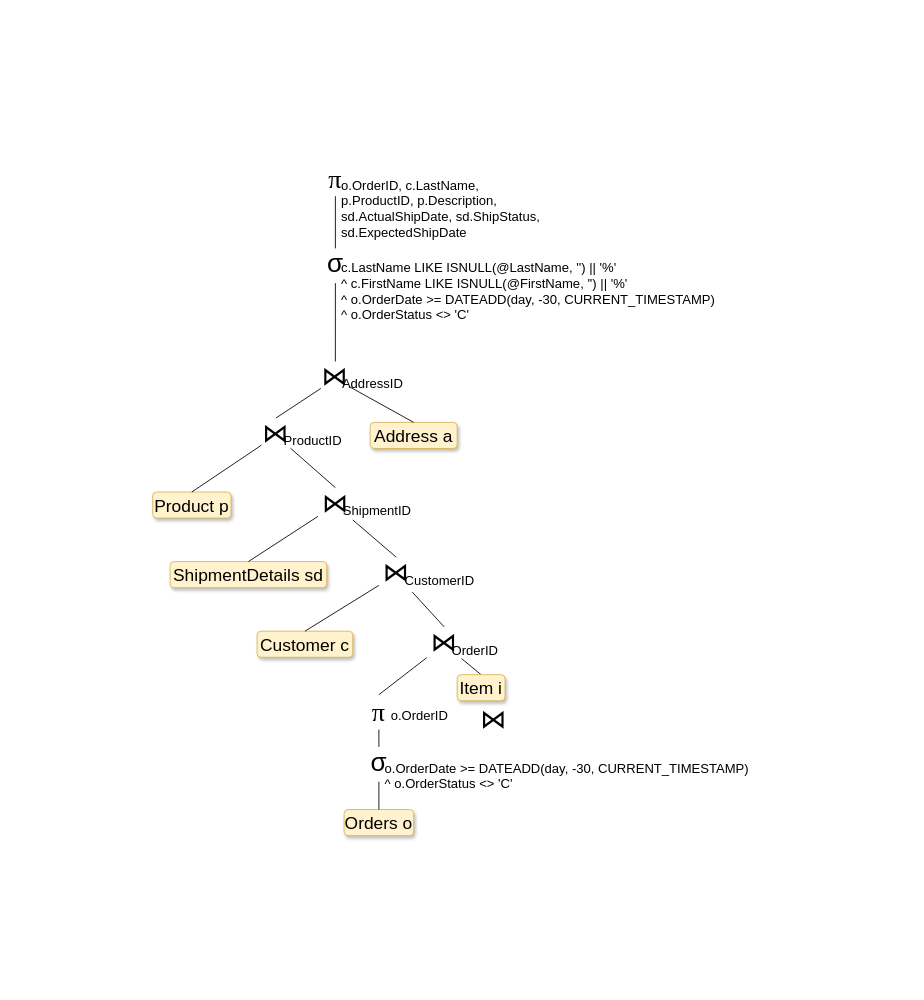
This is page "TH 2: tuning" (4 of 4) of SQLTurning.drawio from nguyenhuy158/diagrams, a draw.io file, before an edit. Source tidied: cells renumbered, new cells numbered last; positions are measured from the earlier drawing's top-left corner, leaving out a move shared by most shapes. Both pictures are drawn from the tidied source at 87%, with x=0, y=0 at pixel (152, 161).
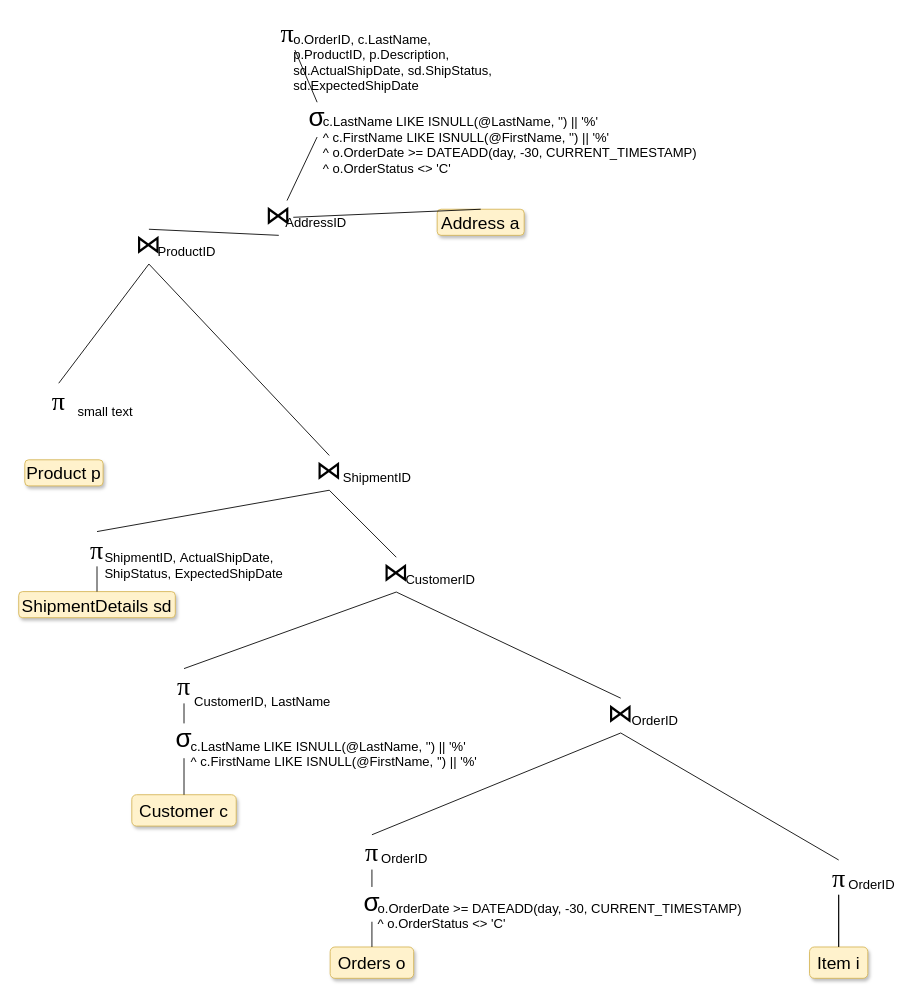
The same diagram, later.

Unchanged cells that the change refers to:
```xml
<mxCell id="33" value="⋈&lt;sub&gt;&lt;br&gt;&lt;/sub&gt;" style="text;html=1;strokeColor=none;fillColor=none;align=center;verticalAlign=middle;whiteSpace=wrap;rounded=0;fontSize=30;" parent="32" vertex="1">
  <mxGeometry x="-6.7" width="33.3" height="40" as="geometry" />
</mxCell>
```

What changed in the source:
```diff
@@
-    <mxCell id="3" style="edgeStyle=none;rounded=0;jettySize=auto;html=1;entryX=0.5;entryY=0;entryDx=0;entryDy=0;fontSize=20;endArrow=none;endFill=0;shadow=0;sketch=0;" parent="1" edge="1" source="13" target="5">
-      <mxGeometry relative="1" as="geometry" />
-    </mxCell>
     <mxCell id="4" value="&lt;div style=&quot;font-size: 20px;&quot;&gt;Orders o&lt;br style=&quot;font-size: 20px;&quot;&gt;&lt;/div&gt;" style="text;html=1;strokeColor=#d6b656;fillColor=#fff2cc;align=center;verticalAlign=middle;whiteSpace=wrap;rounded=1;fontSize=20;shadow=1;sketch=0;glass=0;" parent="1" vertex="1">
-      <mxGeometry x="220" y="745" width="80" height="30" as="geometry" />
+      <mxGeometry x="204" y="903" width="96" height="36" as="geometry" />
     </mxCell>
+    <mxCell id="49" style="edgeStyle=none;rounded=0;jettySize=auto;html=1;endArrow=none;endFill=0;" parent="1" edge="1" source="5" target="53">
+      <mxGeometry relative="1" as="geometry" />
+    </mxCell>
     <mxCell id="5" value="&lt;div style=&quot;font-size: 20px;&quot;&gt;Item i&lt;br style=&quot;font-size: 20px;&quot;&gt;&lt;/div&gt;" style="text;html=1;strokeColor=#d6b656;fillColor=#fff2cc;align=center;verticalAlign=middle;whiteSpace=wrap;rounded=1;fontSize=20;shadow=1;sketch=0;glass=0;" parent="1" vertex="1">
-      <mxGeometry x="350" y="590" width="55" height="30" as="geometry" />
+      <mxGeometry x="755" y="903" width="67" height="36" as="geometry" />
     </mxCell>
     <mxCell id="6" style="group;" parent="1" vertex="1">
-      <mxGeometry x="190" width="260" height="100" as="geometry" />
+      <mxGeometry x="135" y="-168" width="260" height="100" as="geometry" />
     </mxCell>
@@
     <mxCell id="9" style="group;" parent="1" vertex="1">
-      <mxGeometry x="190" y="100" width="470" height="110" as="geometry" />
+      <mxGeometry x="169" y="-68" width="470" height="110" as="geometry" />
     </mxCell>
@@
-    <mxCell id="12" style="group;" parent="1" vertex="1">
-      <mxGeometry x="315" y="535" width="90" height="40" as="geometry" />
-    </mxCell>
-    <mxCell id="13" value="⋈&lt;sub&gt;&lt;br&gt;&lt;/sub&gt;" style="text;html=1;strokeColor=none;fillColor=none;align=center;verticalAlign=middle;whiteSpace=wrap;rounded=0;fontSize=30;" parent="12" vertex="1">
-      <mxGeometry width="40" height="40" as="geometry" />
-    </mxCell>
-    <mxCell id="14" value="&lt;div style=&quot;&quot;&gt;OrderID&lt;br&gt;&lt;/div&gt;" style="text;html=1;strokeColor=none;fillColor=none;align=left;verticalAlign=middle;whiteSpace=wrap;rounded=0;fontSize=15;" parent="12" vertex="1">
-      <mxGeometry x="27" y="17" width="60" height="20" as="geometry" />
-    </mxCell>
     <mxCell id="15" value="&lt;div style=&quot;font-size: 20px;&quot;&gt;Customer c&lt;br style=&quot;font-size: 20px;&quot;&gt;&lt;/div&gt;" style="text;html=1;strokeColor=#d6b656;fillColor=#fff2cc;align=center;verticalAlign=middle;whiteSpace=wrap;rounded=1;fontSize=20;shadow=1;sketch=0;glass=0;" parent="1" vertex="1">
-      <mxGeometry x="120" y="540" width="110" height="30" as="geometry" />
+      <mxGeometry x="-24" y="728" width="120" height="36" as="geometry" />
     </mxCell>
-    <mxCell id="16" style="group;" parent="1" vertex="1">
-      <mxGeometry x="260" y="455" width="120" height="40" as="geometry" />
-    </mxCell>
-    <mxCell id="17" value="⋈&lt;sub&gt;&lt;br&gt;&lt;/sub&gt;" style="text;html=1;strokeColor=none;fillColor=none;align=center;verticalAlign=middle;whiteSpace=wrap;rounded=0;fontSize=30;" parent="16" vertex="1">
-      <mxGeometry width="40" height="40" as="geometry" />
-    </mxCell>
-    <mxCell id="18" value="&lt;div style=&quot;&quot;&gt;CustomerID&lt;br&gt;&lt;/div&gt;" style="text;html=1;strokeColor=none;fillColor=none;align=left;verticalAlign=middle;whiteSpace=wrap;rounded=0;fontSize=15;" parent="16" vertex="1">
-      <mxGeometry x="28" y="16" width="90" height="20" as="geometry" />
-    </mxCell>
-    <mxCell id="19" style="edgeStyle=none;rounded=0;jettySize=auto;html=1;entryX=0.5;entryY=0;entryDx=0;entryDy=0;fontSize=30;endArrow=none;endFill=0;" parent="1" edge="1" source="17" target="15">
+    <mxCell id="19" style="edgeStyle=none;rounded=0;jettySize=auto;html=1;fontSize=30;endArrow=none;endFill=0;entryX=0.5;entryY=0;entryDx=0;entryDy=0;exitX=0.5;exitY=1;exitDx=0;exitDy=0;" parent="1" edge="1" source="17" target="61">
       <mxGeometry relative="1" as="geometry" />
     </mxCell>
-    <mxCell id="20" style="edgeStyle=none;rounded=0;jettySize=auto;html=1;entryX=0.5;entryY=0;entryDx=0;entryDy=0;fontSize=30;endArrow=none;endFill=0;" parent="1" edge="1" source="17" target="13">
+    <mxCell id="20" style="edgeStyle=none;rounded=0;jettySize=auto;html=1;entryX=0.5;entryY=0;entryDx=0;entryDy=0;fontSize=30;endArrow=none;endFill=0;exitX=0.5;exitY=1;exitDx=0;exitDy=0;" parent="1" edge="1" source="17" target="55">
       <mxGeometry relative="1" as="geometry" />
     </mxCell>
-    <mxCell id="21" style="group;" parent="1" vertex="1">
-      <mxGeometry x="190" y="375" width="120" height="40" as="geometry" />
-    </mxCell>
-    <mxCell id="22" value="⋈&lt;sub&gt;&lt;br&gt;&lt;/sub&gt;" style="text;html=1;strokeColor=none;fillColor=none;align=center;verticalAlign=middle;whiteSpace=wrap;rounded=0;fontSize=30;" parent="21" vertex="1">
-      <mxGeometry width="40" height="40" as="geometry" />
-    </mxCell>
-    <mxCell id="23" value="&lt;div style=&quot;&quot;&gt;ShipmentID&lt;br&gt;&lt;/div&gt;" style="text;html=1;strokeColor=none;fillColor=none;align=left;verticalAlign=middle;whiteSpace=wrap;rounded=0;fontSize=15;" parent="21" vertex="1">
-      <mxGeometry x="27" y="16" width="90" height="20" as="geometry" />
-    </mxCell>
     <mxCell id="24" value="&lt;div style=&quot;font-size: 20px;&quot;&gt;ShipmentDetails sd&lt;br style=&quot;font-size: 20px;&quot;&gt;&lt;/div&gt;" style="text;html=1;strokeColor=#d6b656;fillColor=#fff2cc;align=center;verticalAlign=middle;whiteSpace=wrap;rounded=1;fontSize=20;shadow=1;sketch=0;glass=0;" parent="1" vertex="1">
-      <mxGeometry x="20" y="460" width="180" height="30" as="geometry" />
+      <mxGeometry x="-154" y="494.5" width="180" height="30" as="geometry" />
     </mxCell>
-    <mxCell id="25" style="edgeStyle=none;rounded=0;jettySize=auto;html=1;entryX=0.5;entryY=0;entryDx=0;entryDy=0;fontSize=30;endArrow=none;endFill=0;" parent="1" edge="1" source="22" target="24">
+    <mxCell id="25" style="edgeStyle=none;rounded=0;jettySize=auto;html=1;fontSize=30;endArrow=none;endFill=0;exitX=0.5;exitY=1;exitDx=0;exitDy=0;entryX=0.5;entryY=0;entryDx=0;entryDy=0;" parent="1" edge="1" source="22" target="64">
       <mxGeometry relative="1" as="geometry" />
     </mxCell>
-    <mxCell id="26" style="edgeStyle=none;rounded=0;jettySize=auto;html=1;entryX=0.5;entryY=0;entryDx=0;entryDy=0;fontSize=30;endArrow=none;endFill=0;" parent="1" edge="1" source="22" target="17">
+    <mxCell id="26" style="edgeStyle=none;rounded=0;jettySize=auto;html=1;entryX=0.5;entryY=0;entryDx=0;entryDy=0;fontSize=30;endArrow=none;endFill=0;exitX=0.5;exitY=1;exitDx=0;exitDy=0;" parent="1" edge="1" source="22" target="17">
       <mxGeometry relative="1" as="geometry" />
     </mxCell>
     <mxCell id="27" value="&lt;div style=&quot;font-size: 20px;&quot;&gt;Product p&lt;br style=&quot;font-size: 20px;&quot;&gt;&lt;/div&gt;" style="text;html=1;strokeColor=#d6b656;fillColor=#fff2cc;align=center;verticalAlign=middle;whiteSpace=wrap;rounded=1;fontSize=20;shadow=1;sketch=0;glass=0;" parent="1" vertex="1">
-      <mxGeometry y="380" width="90" height="30" as="geometry" />
+      <mxGeometry x="-147" y="343" width="90" height="30" as="geometry" />
     </mxCell>
     <mxCell id="28" value="&lt;div style=&quot;font-size: 20px;&quot;&gt;Address a&lt;br style=&quot;font-size: 20px;&quot;&gt;&lt;/div&gt;" style="text;html=1;strokeColor=#d6b656;fillColor=#fff2cc;align=center;verticalAlign=middle;whiteSpace=wrap;rounded=1;fontSize=20;shadow=1;sketch=0;glass=0;" parent="1" vertex="1">
-      <mxGeometry x="250" y="300" width="100" height="30" as="geometry" />
+      <mxGeometry x="327" y="55" width="100" height="30" as="geometry" />
     </mxCell>
-    <mxCell id="29" style="group;" parent="1" vertex="1">
-      <mxGeometry x="125" y="295" width="100" height="40" as="geometry" />
-    </mxCell>
-    <mxCell id="30" value="⋈&lt;sub&gt;&lt;br&gt;&lt;/sub&gt;" style="text;html=1;strokeColor=none;fillColor=none;align=center;verticalAlign=middle;whiteSpace=wrap;rounded=0;fontSize=30;" parent="29" vertex="1">
-      <mxGeometry width="33.3" height="40" as="geometry" />
-    </mxCell>
-    <mxCell id="31" value="&lt;div style=&quot;&quot;&gt;ProductID&lt;br&gt;&lt;/div&gt;" style="text;html=1;strokeColor=none;fillColor=none;align=left;verticalAlign=middle;whiteSpace=wrap;rounded=0;fontSize=15;" parent="29" vertex="1">
-      <mxGeometry x="24" y="15" width="75" height="20" as="geometry" />
-    </mxCell>
     <mxCell id="32" style="group;" parent="1" vertex="1">
-      <mxGeometry x="200" y="230" width="100" height="40" as="geometry" />
+      <mxGeometry x="135" y="45" width="100" height="40" as="geometry" />
     </mxCell>
@@
-    <mxCell id="35" style="edgeStyle=none;rounded=0;jettySize=auto;html=1;entryX=0.5;entryY=0;entryDx=0;entryDy=0;fontSize=30;endArrow=none;endFill=0;" parent="1" edge="1" source="30" target="27">
+    <mxCell id="35" style="edgeStyle=none;rounded=0;jettySize=auto;html=1;fontSize=30;endArrow=none;endFill=0;exitX=0.5;exitY=1;exitDx=0;exitDy=0;entryX=0.5;entryY=0;entryDx=0;entryDy=0;" parent="1" edge="1" source="30" target="66">
       <mxGeometry relative="1" as="geometry" />
     </mxCell>
-    <mxCell id="36" style="edgeStyle=none;rounded=0;jettySize=auto;html=1;entryX=0.5;entryY=0;entryDx=0;entryDy=0;fontSize=30;endArrow=none;endFill=0;" parent="1" edge="1" source="30" target="22">
+    <mxCell id="36" style="edgeStyle=none;rounded=0;jettySize=auto;html=1;entryX=0.5;entryY=0;entryDx=0;entryDy=0;fontSize=30;endArrow=none;endFill=0;exitX=0.5;exitY=1;exitDx=0;exitDy=0;" parent="1" edge="1" source="30" target="22">
       <mxGeometry relative="1" as="geometry" />
     </mxCell>
-    <mxCell id="37" style="edgeStyle=none;rounded=0;jettySize=auto;html=1;entryX=0.5;entryY=0;entryDx=0;entryDy=0;fontSize=30;endArrow=none;endFill=0;" parent="1" edge="1" source="33" target="30">
+    <mxCell id="37" style="edgeStyle=none;rounded=0;jettySize=auto;html=1;entryX=0.5;entryY=0;entryDx=0;entryDy=0;fontSize=30;endArrow=none;endFill=0;exitX=0.5;exitY=1;exitDx=0;exitDy=0;" parent="1" edge="1" source="33" target="30">
       <mxGeometry relative="1" as="geometry" />
     </mxCell>
@@
-    <mxCell id="41" style="edgeStyle=none;rounded=0;sketch=0;jettySize=auto;html=1;entryX=0.5;entryY=0;entryDx=0;entryDy=0;shadow=0;fontSize=20;endArrow=none;endFill=0;" parent="1" edge="1" source="13" target="43">
-      <mxGeometry relative="1" as="geometry" />
-    </mxCell>
-    <mxCell id="42" style="edgeStyle=none;rounded=0;sketch=0;jettySize=auto;html=1;entryX=0.5;entryY=0;entryDx=0;entryDy=0;shadow=0;fontSize=20;endArrow=none;endFill=0;" parent="1" edge="1" source="43" target="46">
+    <mxCell id="42" style="edgeStyle=none;rounded=0;sketch=0;jettySize=auto;html=1;entryX=0.5;entryY=0;entryDx=0;entryDy=0;shadow=0;fontSize=20;endArrow=none;endFill=0;exitX=0.5;exitY=1;exitDx=0;exitDy=0;" parent="1" edge="1" source="43" target="46">
       <mxGeometry relative="1" as="geometry" />
     </mxCell>
+    <mxCell id="50" style="edgeStyle=none;rounded=0;jettySize=auto;html=1;entryX=0.5;entryY=1;entryDx=0;entryDy=0;endArrow=none;endFill=0;exitX=0.5;exitY=0;exitDx=0;exitDy=0;" parent="1" edge="1" source="43" target="55">
+      <mxGeometry relative="1" as="geometry" />
+    </mxCell>
     <mxCell id="43" value="&lt;span id=&quot;docs-internal-guid-24cfe74f-7fff-80c8-4b2b-47ca78d1e50c&quot; style=&quot;font-size: 30px;&quot;&gt;&lt;span style=&quot;font-size: 30px; font-family: &amp;quot;Times New Roman&amp;quot;; background-color: transparent; font-variant-numeric: normal; font-variant-east-asian: normal;&quot;&gt;π&lt;/span&gt;&lt;/span&gt;" style="text;html=1;strokeColor=none;fillColor=none;align=center;verticalAlign=middle;whiteSpace=wrap;rounded=0;fontSize=30;imageWidth=40;imageHeight=40;" parent="1" vertex="1">
-      <mxGeometry x="240" y="613" width="40" height="40" as="geometry" />
+      <mxGeometry x="232" y="774" width="40" height="40" as="geometry" />
     </mxCell>
-    <mxCell id="44" value="&lt;div style=&quot;font-size: 15px;&quot;&gt;&lt;span style=&quot;font-size: 15px;&quot;&gt;o.OrderID&lt;/span&gt;&lt;/div&gt;" style="text;html=1;strokeColor=none;fillColor=none;align=left;verticalAlign=middle;whiteSpace=wrap;rounded=0;fontSize=15;" parent="1" vertex="1">
-      <mxGeometry x="272" y="622" width="84" height="30" as="geometry" />
+    <mxCell id="44" value="&lt;div style=&quot;font-size: 15px;&quot;&gt;OrderID&lt;/div&gt;" style="text;html=1;strokeColor=none;fillColor=none;align=left;verticalAlign=middle;whiteSpace=wrap;rounded=0;fontSize=15;" parent="1" vertex="1">
+      <mxGeometry x="261" y="786" width="71" height="30" as="geometry" />
     </mxCell>
-    <mxCell id="45" style="rounded=0;jettySize=auto;html=1;endArrow=none;endFill=0;" parent="1" edge="1" source="46" target="4">
+    <mxCell id="45" style="rounded=0;jettySize=auto;html=1;endArrow=none;endFill=0;entryX=0.5;entryY=0;entryDx=0;entryDy=0;exitX=0.5;exitY=1;exitDx=0;exitDy=0;" parent="1" edge="1" source="46" target="4">
       <mxGeometry relative="1" as="geometry" />
     </mxCell>
     <mxCell id="46" value="σ&lt;sub&gt;&lt;br&gt;&lt;/sub&gt;" style="text;html=1;strokeColor=none;fillColor=none;align=center;verticalAlign=middle;whiteSpace=wrap;rounded=0;fontSize=30;" parent="1" vertex="1">
-      <mxGeometry x="240" y="673" width="40" height="40" as="geometry" />
+      <mxGeometry x="232" y="834" width="40" height="40" as="geometry" />
     </mxCell>
     <mxCell id="47" value="&lt;div style=&quot;font-size: 15px;&quot;&gt;o.OrderDate &amp;gt;= DATEADD(day, -30, CURRENT_TIMESTAMP)&lt;/div&gt;&lt;div style=&quot;font-size: 15px;&quot;&gt;^ o.OrderStatus &amp;lt;&amp;gt; 'C'&lt;/div&gt;" style="text;html=1;strokeColor=none;fillColor=none;align=left;verticalAlign=middle;whiteSpace=wrap;rounded=0;fontSize=15;" parent="1" vertex="1">
-      <mxGeometry x="265" y="682" width="436" height="48" as="geometry" />
+      <mxGeometry x="257" y="843" width="436" height="48" as="geometry" />
     </mxCell>
-    <mxCell id="48" value="⋈&lt;sub&gt;&lt;br&gt;&lt;/sub&gt;" style="text;html=1;strokeColor=none;fillColor=none;align=center;verticalAlign=middle;whiteSpace=wrap;rounded=0;fontSize=30;" parent="1" vertex="1">
-      <mxGeometry x="372" y="624" width="40" height="40" as="geometry" />
-    </mxCell>
+    <mxCell id="51" style="edgeStyle=none;rounded=0;jettySize=auto;html=1;entryX=0.5;entryY=0;entryDx=0;entryDy=0;endArrow=none;endFill=0;exitX=0.5;exitY=1;exitDx=0;exitDy=0;" parent="1" edge="1" source="53" target="5">
+      <mxGeometry relative="1" as="geometry" />
+    </mxCell>
+    <mxCell id="52" value="&lt;div style=&quot;font-size: 15px;&quot;&gt;OrderID&lt;/div&gt;" style="text;html=1;strokeColor=none;fillColor=none;align=left;verticalAlign=middle;whiteSpace=wrap;rounded=0;fontSize=15;" parent="1" vertex="1">
+      <mxGeometry x="798" y="816" width="71" height="30" as="geometry" />
+    </mxCell>
+    <mxCell id="53" value="&lt;span id=&quot;docs-internal-guid-24cfe74f-7fff-80c8-4b2b-47ca78d1e50c&quot; style=&quot;font-size: 30px;&quot;&gt;&lt;span style=&quot;font-size: 30px; font-family: &amp;quot;Times New Roman&amp;quot;; background-color: transparent; font-variant-numeric: normal; font-variant-east-asian: normal;&quot;&gt;π&lt;/span&gt;&lt;/span&gt;" style="text;html=1;strokeColor=none;fillColor=none;align=center;verticalAlign=middle;whiteSpace=wrap;rounded=0;fontSize=30;imageWidth=40;imageHeight=40;" parent="1" vertex="1">
+      <mxGeometry x="768.5" y="803" width="40" height="40" as="geometry" />
+    </mxCell>
+    <mxCell id="54" style="edgeStyle=none;rounded=0;jettySize=auto;html=1;entryX=0.5;entryY=0;entryDx=0;entryDy=0;endArrow=none;endFill=0;exitX=0.5;exitY=1;exitDx=0;exitDy=0;" parent="1" edge="1" source="55" target="53">
+      <mxGeometry relative="1" as="geometry" />
+    </mxCell>
+    <mxCell id="55" value="⋈&lt;sub&gt;&lt;br&gt;&lt;/sub&gt;" style="text;html=1;strokeColor=none;fillColor=none;align=center;verticalAlign=middle;whiteSpace=wrap;rounded=0;fontSize=30;" parent="1" vertex="1">
+      <mxGeometry x="518" y="617" width="40" height="40" as="geometry" />
+    </mxCell>
+    <mxCell id="56" value="&lt;div style=&quot;font-size: 15px;&quot;&gt;OrderID&lt;/div&gt;" style="text;html=1;strokeColor=none;fillColor=none;align=left;verticalAlign=middle;whiteSpace=wrap;rounded=0;fontSize=15;" parent="1" vertex="1">
+      <mxGeometry x="549" y="627" width="71" height="30" as="geometry" />
+    </mxCell>
+    <mxCell id="57" style="edgeStyle=none;rounded=0;jettySize=auto;html=1;entryX=0.5;entryY=0;entryDx=0;entryDy=0;endArrow=none;endFill=0;exitX=0.5;exitY=1;exitDx=0;exitDy=0;" parent="1" edge="1" source="58" target="15">
+      <mxGeometry relative="1" as="geometry" />
+    </mxCell>
+    <mxCell id="58" value="σ&lt;sub&gt;&lt;br&gt;&lt;/sub&gt;" style="text;html=1;strokeColor=none;fillColor=none;align=center;verticalAlign=middle;whiteSpace=wrap;rounded=0;fontSize=30;" parent="1" vertex="1">
+      <mxGeometry x="16" y="646" width="40" height="40" as="geometry" />
+    </mxCell>
+    <mxCell id="59" value="&lt;div style=&quot;font-size: 15px;&quot;&gt;&lt;div&gt;c.LastName LIKE ISNULL(@LastName, '') || '%'&amp;nbsp;&lt;/div&gt;&lt;div&gt;^&lt;span style=&quot;background-color: initial;&quot;&gt;&amp;nbsp;c.FirstName LIKE ISNULL(@FirstName, '') || '%'&lt;/span&gt;&lt;/div&gt;&lt;/div&gt;" style="text;html=1;strokeColor=none;fillColor=none;align=left;verticalAlign=middle;whiteSpace=wrap;rounded=0;fontSize=15;" parent="1" vertex="1">
+      <mxGeometry x="42" y="657" width="347" height="48" as="geometry" />
+    </mxCell>
+    <mxCell id="60" style="edgeStyle=none;rounded=0;jettySize=auto;html=1;entryX=0.5;entryY=0;entryDx=0;entryDy=0;endArrow=none;endFill=0;exitX=0.5;exitY=1;exitDx=0;exitDy=0;" parent="1" edge="1" source="61" target="58">
+      <mxGeometry relative="1" as="geometry" />
+    </mxCell>
+    <mxCell id="61" value="&lt;span id=&quot;docs-internal-guid-24cfe74f-7fff-80c8-4b2b-47ca78d1e50c&quot; style=&quot;font-size: 30px;&quot;&gt;&lt;span style=&quot;font-size: 30px; font-family: &amp;quot;Times New Roman&amp;quot;; background-color: transparent; font-variant-numeric: normal; font-variant-east-asian: normal;&quot;&gt;π&lt;/span&gt;&lt;/span&gt;" style="text;html=1;strokeColor=none;fillColor=none;align=center;verticalAlign=middle;whiteSpace=wrap;rounded=0;fontSize=30;imageWidth=40;imageHeight=40;" parent="1" vertex="1">
+      <mxGeometry x="16" y="583" width="40" height="40" as="geometry" />
+    </mxCell>
+    <mxCell id="62" value="&lt;div style=&quot;font-size: 15px;&quot;&gt;CustomerID,&amp;nbsp;LastName&lt;/div&gt;" style="text;html=1;strokeColor=none;fillColor=none;align=left;verticalAlign=middle;whiteSpace=wrap;rounded=0;fontSize=15;" parent="1" vertex="1">
+      <mxGeometry x="46" y="605" width="175" height="30" as="geometry" />
+    </mxCell>
+    <mxCell id="17" value="⋈&lt;sub&gt;&lt;br&gt;&lt;/sub&gt;" style="text;html=1;strokeColor=none;fillColor=none;align=center;verticalAlign=middle;whiteSpace=wrap;rounded=0;fontSize=30;" parent="1" vertex="1">
+      <mxGeometry x="260" y="455" width="40" height="40" as="geometry" />
+    </mxCell>
+    <mxCell id="18" value="&lt;div style=&quot;&quot;&gt;CustomerID&lt;br&gt;&lt;/div&gt;" style="text;html=1;strokeColor=none;fillColor=none;align=left;verticalAlign=middle;whiteSpace=wrap;rounded=0;fontSize=15;" parent="1" vertex="1">
+      <mxGeometry x="289" y="465" width="98" height="30" as="geometry" />
+    </mxCell>
+    <mxCell id="22" value="⋈&lt;sub&gt;&lt;br&gt;&lt;/sub&gt;" style="text;html=1;strokeColor=none;fillColor=none;align=center;verticalAlign=middle;whiteSpace=wrap;rounded=0;fontSize=30;" parent="1" vertex="1">
+      <mxGeometry x="183" y="338" width="40" height="40" as="geometry" />
+    </mxCell>
+    <mxCell id="23" value="&lt;div style=&quot;&quot;&gt;ShipmentID&lt;br&gt;&lt;/div&gt;" style="text;html=1;strokeColor=none;fillColor=none;align=left;verticalAlign=middle;whiteSpace=wrap;rounded=0;fontSize=15;" parent="1" vertex="1">
+      <mxGeometry x="217" y="348" width="96" height="30" as="geometry" />
+    </mxCell>
+    <mxCell id="63" style="edgeStyle=none;rounded=0;jettySize=auto;html=1;endArrow=none;endFill=0;exitX=0.5;exitY=1;exitDx=0;exitDy=0;entryX=0.5;entryY=0;entryDx=0;entryDy=0;" parent="1" edge="1" source="64" target="24">
+      <mxGeometry relative="1" as="geometry" />
+    </mxCell>
+    <mxCell id="64" value="&lt;span id=&quot;docs-internal-guid-24cfe74f-7fff-80c8-4b2b-47ca78d1e50c&quot; style=&quot;font-size: 30px;&quot;&gt;&lt;span style=&quot;font-size: 30px; font-family: &amp;quot;Times New Roman&amp;quot;; background-color: transparent; font-variant-numeric: normal; font-variant-east-asian: normal;&quot;&gt;π&lt;/span&gt;&lt;/span&gt;" style="text;html=1;strokeColor=none;fillColor=none;align=center;verticalAlign=middle;whiteSpace=wrap;rounded=0;fontSize=30;imageWidth=40;imageHeight=40;" parent="1" vertex="1">
+      <mxGeometry x="-84" y="425.5" width="40" height="40" as="geometry" />
+    </mxCell>
+    <mxCell id="65" value="&lt;div style=&quot;font-size: 15px;&quot;&gt;ShipmentID,&amp;nbsp;ActualShipDate,&lt;/div&gt;&lt;div style=&quot;&quot;&gt;ShipStatus,&amp;nbsp;ExpectedShipDate&lt;br&gt;&lt;/div&gt;" style="text;html=1;strokeColor=none;fillColor=none;align=left;verticalAlign=middle;whiteSpace=wrap;rounded=0;fontSize=15;" parent="1" vertex="1">
+      <mxGeometry x="-57" y="439.5" width="223" height="48" as="geometry" />
+    </mxCell>
+    <mxCell id="30" value="⋈&lt;sub&gt;&lt;br&gt;&lt;/sub&gt;" style="text;html=1;strokeColor=none;fillColor=none;align=center;verticalAlign=middle;whiteSpace=wrap;rounded=0;fontSize=30;" parent="1" vertex="1">
+      <mxGeometry x="-21" y="78" width="33.3" height="40" as="geometry" />
+    </mxCell>
+    <mxCell id="31" value="&lt;div style=&quot;&quot;&gt;ProductID&lt;br&gt;&lt;/div&gt;" style="text;html=1;strokeColor=none;fillColor=none;align=left;verticalAlign=middle;whiteSpace=wrap;rounded=0;fontSize=15;" parent="1" vertex="1">
+      <mxGeometry x="4" y="88" width="85" height="30" as="geometry" />
+    </mxCell>
+    <mxCell id="66" value="&lt;span id=&quot;docs-internal-guid-24cfe74f-7fff-80c8-4b2b-47ca78d1e50c&quot; style=&quot;font-size: 30px;&quot;&gt;&lt;span style=&quot;font-size: 30px; font-family: &amp;quot;Times New Roman&amp;quot;; background-color: transparent; font-variant-numeric: normal; font-variant-east-asian: normal;&quot;&gt;π&lt;/span&gt;&lt;/span&gt;" style="text;html=1;strokeColor=none;fillColor=none;align=center;verticalAlign=middle;whiteSpace=wrap;rounded=0;fontSize=30;imageWidth=40;imageHeight=40;" parent="1" vertex="1">
+      <mxGeometry x="-128" y="255" width="40" height="40" as="geometry" />
+    </mxCell>
+    <mxCell id="67" value="&lt;div style=&quot;font-size: 15px;&quot;&gt;small text&lt;/div&gt;" style="text;html=1;strokeColor=none;fillColor=none;align=left;verticalAlign=middle;whiteSpace=wrap;rounded=0;fontSize=15;" parent="1" vertex="1">
+      <mxGeometry x="-88" y="272" width="81" height="30" as="geometry" />
+    </mxCell>
```
